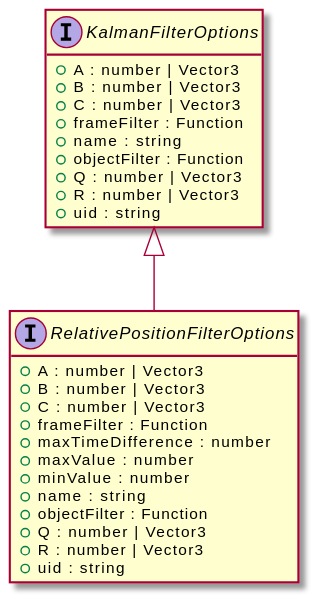
Earlier version of the PlantUML export assets/RelativePositionFilterOptions-umlClassDiagram-14521.svg (OpenHPS/openhps-core).
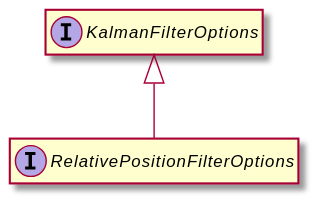
After the change.

The edit, as a diff of the source:
```diff
@@ -3,29 +3,8 @@
 hide empty methods
 hide empty fields
 interface "RelativePositionFilterOptions" {
-    +A : number | Vector3
-    +B : number | Vector3
-    +C : number | Vector3
-    +frameFilter : Function
-    +maxTimeDifference : number
-    +maxValue : number
-    +minValue : number
-    +name : string
-    +objectFilter : Function
-    +Q : number | Vector3
-    +R : number | Vector3
-    +uid : string
 }
 interface "KalmanFilterOptions" {
-    +A : number | Vector3
-    +B : number | Vector3
-    +C : number | Vector3
-    +frameFilter : Function
-    +name : string
-    +objectFilter : Function
-    +Q : number | Vector3
-    +R : number | Vector3
-    +uid : string
 }
 "KalmanFilterOptions" <|-- "RelativePositionFilterOptions"
 @enduml
```
